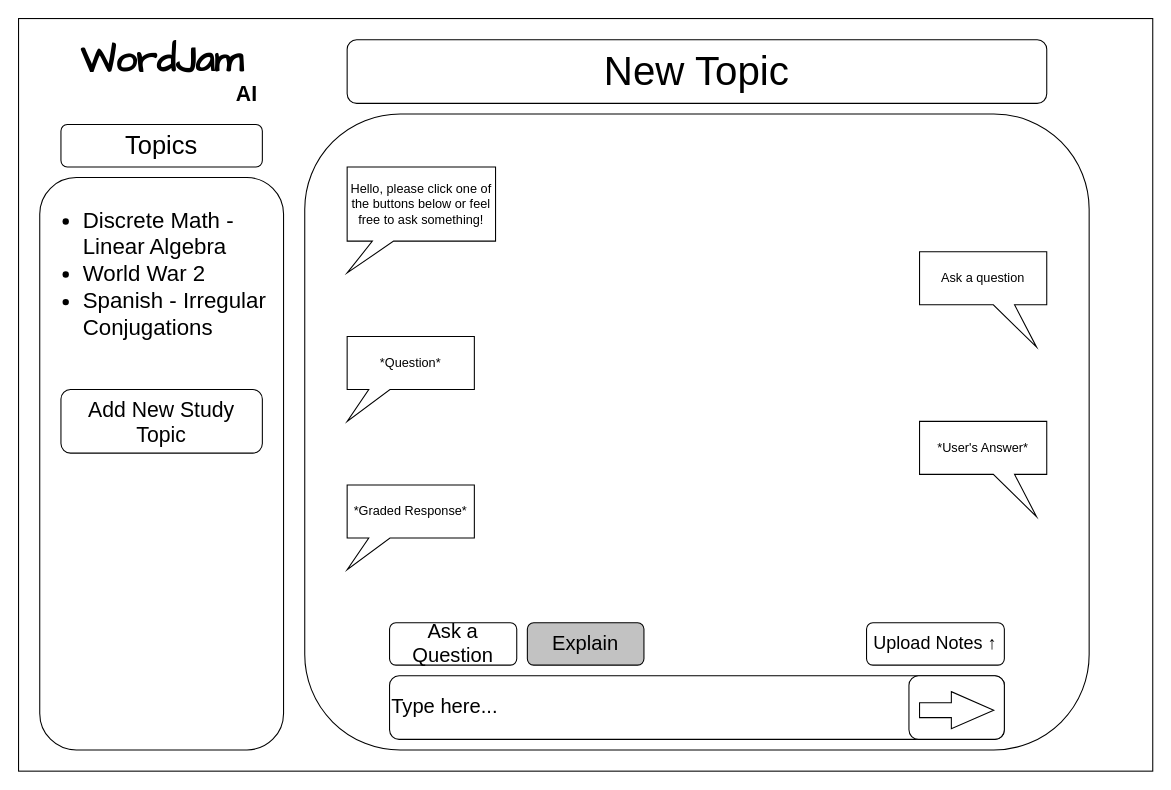
mmeiser19/cpsc460 keeps this draw.io diagram as page "New Topic - 5" (10 of 24) of 460prototype.drawio. Above is the earlier version. Source tidied: cells renumbered, new cells numbered last; positions are measured from the earlier drawing's top-left corner, leaving out a move shared by most shapes. Both pictures are drawn from the tidied source at 106%, with x=0, y=0 at pixel (18, 18).
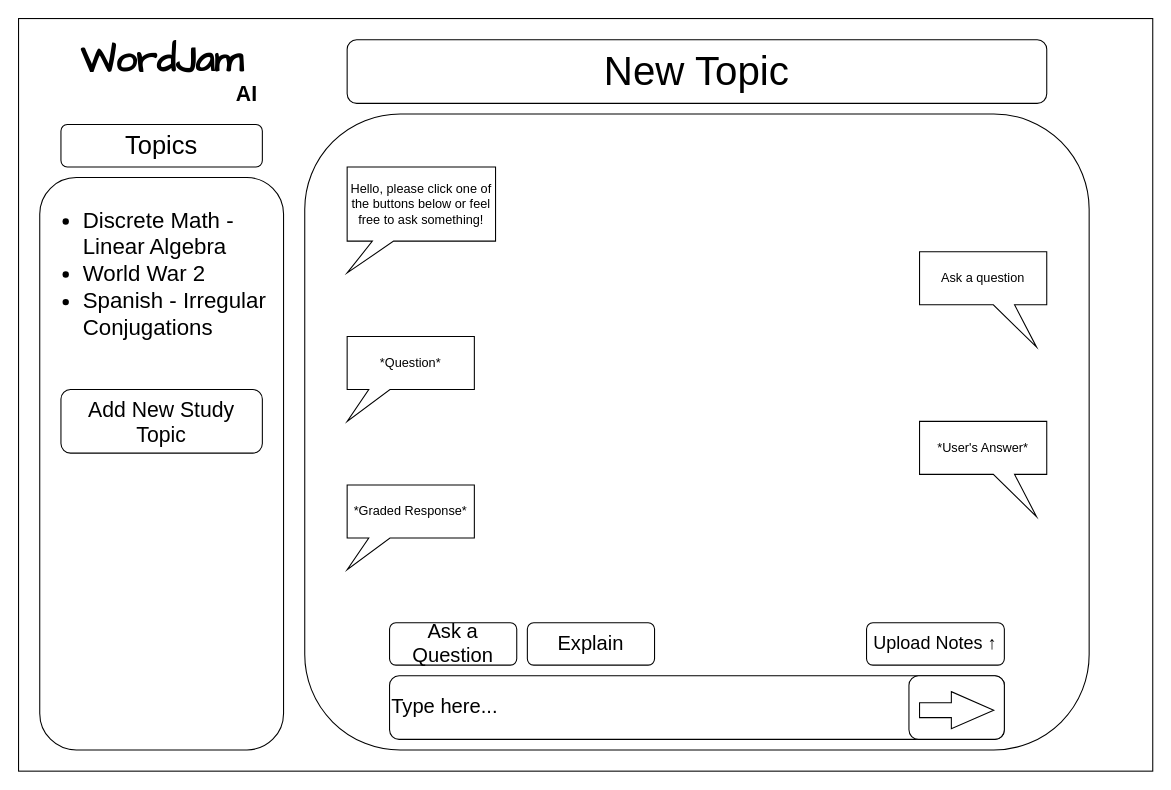
The same diagram, later.

Diff of the diagram source:
```diff
@@
-    <mxCell id="20" value="&lt;font style=&quot;font-size: 19px;&quot;&gt;Explain&lt;/font&gt;" style="rounded=1;whiteSpace=wrap;html=1;fillColor=#C2C2C2;" parent="1" vertex="1">
-      <mxGeometry x="480" y="570" width="110" height="40" as="geometry" />
+    <mxCell id="20" value="&lt;font style=&quot;font-size: 19px;&quot;&gt;Explain&lt;/font&gt;" style="rounded=1;whiteSpace=wrap;html=1;" parent="1" vertex="1">
+      <mxGeometry x="480" y="570" width="120" height="40" as="geometry" />
     </mxCell>
```
